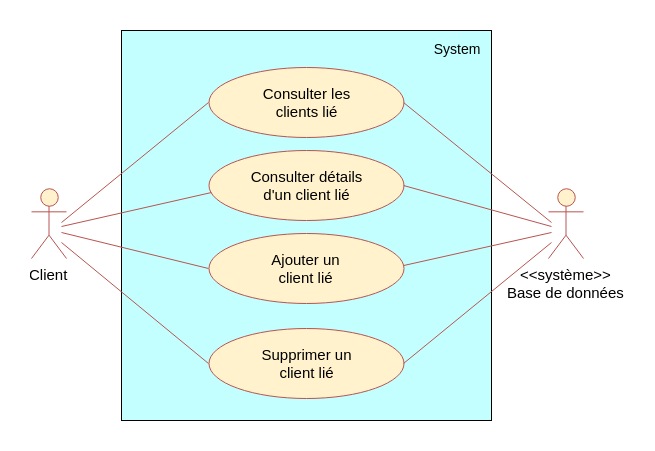
Above: api/Diagrammes/Gestion_clients.png in Thibok/Bilemo (draw.io), before the change. Source tidied: cells renumbered, new cells last; positions are measured from the earlier drawing's top-left corner, leaving out a move shared by most shapes. The source it was exported from:
```xml
<mxGraphModel background="#ffffff">
  <root>
    <mxCell id="0" />
    <mxCell id="1" parent="0" />
    <mxCell id="2" style="rounded=0;whiteSpace=wrap;html=1;fillColor=#C4FFFF;strokeColor=#000000;" parent="1" vertex="1">
      <mxGeometry x="90" width="370" height="390" as="geometry" />
    </mxCell>
    <mxCell id="3" value="&amp;lt;&amp;lt;système&amp;gt;&amp;gt;&lt;div style=&quot;font-size: 15px&quot;&gt;Base de données&lt;/div&gt;" style="shape=umlActor;verticalLabelPosition=bottom;labelBackgroundColor=#ffffff;verticalAlign=top;html=1;fillColor=#FFF2CC;strokeColor=#b85450;fontSize=15;" parent="1" vertex="1">
      <mxGeometry x="517" y="158" width="35" height="70" as="geometry" />
    </mxCell>
    <mxCell id="4" value="System" style="text;html=1;strokeColor=none;fillColor=none;align=center;verticalAlign=middle;whiteSpace=wrap;fontColor=#000000;fontSize=14;" parent="1" vertex="1">
      <mxGeometry x="400" y="8" width="51" height="20" as="geometry" />
    </mxCell>
    <mxCell id="5" value="Client" style="shape=umlActor;verticalLabelPosition=bottom;labelBackgroundColor=#ffffff;verticalAlign=top;html=1;fillColor=#FFF2CC;strokeColor=#b85450;fontSize=15;strokeWidth=1;perimeterSpacing=3;" parent="1" vertex="1">
      <mxGeometry y="158" width="35" height="70" as="geometry" />
    </mxCell>
    <mxCell id="6" style="endArrow=none;html=1;fontColor=#FFFFFF;entryX=0;entryY=0.5;fillColor=#f8cecc;strokeColor=#b85450;entryDx=0;entryDy=0;" parent="1" edge="1">
      <mxGeometry relative="1" as="geometry">
        <mxPoint x="30" y="202" as="sourcePoint" />
        <mxPoint x="177" y="238" as="targetPoint" />
      </mxGeometry>
    </mxCell>
    <mxCell id="7" style="endArrow=none;html=1;fontColor=#FFFFFF;fillColor=#f8cecc;strokeColor=#b85450;" parent="1" edge="1">
      <mxGeometry relative="1" as="geometry">
        <mxPoint x="358.8" y="238" as="sourcePoint" />
        <mxPoint x="520" y="202" as="targetPoint" />
      </mxGeometry>
    </mxCell>
    <mxCell id="8" value="Supprimer un&lt;br&gt;client lié&lt;br&gt;" style="ellipse;whiteSpace=wrap;html=1;strokeColor=#B85450;fillColor=#fff2cc;fontColor=#000000;fontSize=15;" parent="1" vertex="1">
      <mxGeometry x="177" y="298" width="195" height="70" as="geometry" />
    </mxCell>
    <mxCell id="9" style="endArrow=none;html=1;fontColor=#FFFFFF;fillColor=#f8cecc;strokeColor=#b85450;exitX=1;exitY=0.5;exitDx=0;exitDy=0;" parent="1" edge="1" source="8">
      <mxGeometry relative="1" as="geometry">
        <mxPoint x="520" y="212" as="targetPoint" />
      </mxGeometry>
    </mxCell>
    <mxCell id="10" style="endArrow=none;html=1;fontColor=#FFFFFF;entryX=0;entryY=0.5;fillColor=#f8cecc;strokeColor=#b85450;entryDx=0;entryDy=0;" parent="1" edge="1">
      <mxGeometry relative="1" as="geometry">
        <mxPoint x="30" y="212" as="sourcePoint" />
        <mxPoint x="177" y="333" as="targetPoint" />
      </mxGeometry>
    </mxCell>
    <mxCell id="11" value="Ajouter un&lt;br&gt;client lié&lt;br&gt;" style="ellipse;whiteSpace=wrap;html=1;strokeColor=#B85450;fillColor=#fff2cc;fontColor=#000000;fontSize=15;" parent="1" vertex="1">
      <mxGeometry x="177" y="203" width="195" height="70" as="geometry" />
    </mxCell>
    <mxCell id="12" value="Consulter détails&lt;br&gt;d'un client lié&lt;br&gt;" style="ellipse;whiteSpace=wrap;html=1;strokeColor=#B85450;fillColor=#fff2cc;fontColor=#000000;fontSize=15;" parent="1" vertex="1">
      <mxGeometry x="177" y="120" width="195" height="70" as="geometry" />
    </mxCell>
    <mxCell id="13" value="Consulter les&lt;br&gt;clients lié&lt;br&gt;" style="ellipse;whiteSpace=wrap;html=1;strokeColor=#B85450;fillColor=#fff2cc;fontColor=#000000;fontSize=15;" parent="1" vertex="1">
      <mxGeometry x="177" y="37" width="195" height="70" as="geometry" />
    </mxCell>
    <mxCell id="14" style="endArrow=none;html=1;fontColor=#FFFFFF;entryX=0.015;entryY=0.6;fillColor=#f8cecc;strokeColor=#b85450;entryDx=0;entryDy=0;entryPerimeter=0;" parent="1" edge="1">
      <mxGeometry relative="1" as="geometry">
        <mxPoint x="30" y="196" as="sourcePoint" />
        <mxPoint x="180" y="162" as="targetPoint" />
      </mxGeometry>
    </mxCell>
    <mxCell id="15" style="endArrow=none;html=1;fontColor=#FFFFFF;entryX=0;entryY=0.5;fillColor=#f8cecc;strokeColor=#b85450;entryDx=0;entryDy=0;" parent="1" edge="1" target="13">
      <mxGeometry relative="1" as="geometry">
        <mxPoint x="30" y="192" as="sourcePoint" />
      </mxGeometry>
    </mxCell>
    <mxCell id="16" style="endArrow=none;html=1;fontColor=#FFFFFF;fillColor=#f8cecc;strokeColor=#b85450;exitX=1;exitY=0.5;exitDx=0;exitDy=0;" parent="1" edge="1" source="12">
      <mxGeometry relative="1" as="geometry">
        <mxPoint x="520" y="196" as="targetPoint" />
      </mxGeometry>
    </mxCell>
    <mxCell id="17" style="endArrow=none;html=1;fontColor=#FFFFFF;fillColor=#f8cecc;strokeColor=#b85450;exitX=1;exitY=0.5;exitDx=0;exitDy=0;" parent="1" edge="1" source="13">
      <mxGeometry relative="1" as="geometry">
        <mxPoint x="520" y="192" as="targetPoint" />
      </mxGeometry>
    </mxCell>
  </root>
</mxGraphModel>
```
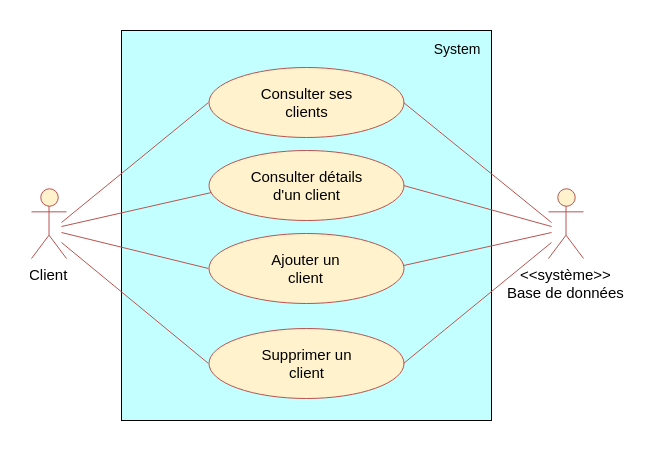
The same diagram one commit later.

Diff of the diagram source:
```diff
@@ -26,7 +26,7 @@
         <mxPoint x="520" y="202" as="targetPoint" />
       </mxGeometry>
     </mxCell>
-    <mxCell id="8" value="Supprimer un&lt;br&gt;client lié&lt;br&gt;" style="ellipse;whiteSpace=wrap;html=1;strokeColor=#B85450;fillColor=#fff2cc;fontColor=#000000;fontSize=15;" parent="1" vertex="1">
+    <mxCell id="8" value="Supprimer un&lt;br&gt;client&lt;br&gt;" style="ellipse;whiteSpace=wrap;html=1;strokeColor=#B85450;fillColor=#fff2cc;fontColor=#000000;fontSize=15;" parent="1" vertex="1">
       <mxGeometry x="177" y="298" width="195" height="70" as="geometry" />
     </mxCell>
     <mxCell id="9" style="endArrow=none;html=1;fontColor=#FFFFFF;fillColor=#f8cecc;strokeColor=#b85450;exitX=1;exitY=0.5;exitDx=0;exitDy=0;" parent="1" edge="1" source="8">
@@ -40,13 +40,13 @@
         <mxPoint x="177" y="333" as="targetPoint" />
       </mxGeometry>
     </mxCell>
-    <mxCell id="11" value="Ajouter un&lt;br&gt;client lié&lt;br&gt;" style="ellipse;whiteSpace=wrap;html=1;strokeColor=#B85450;fillColor=#fff2cc;fontColor=#000000;fontSize=15;" parent="1" vertex="1">
+    <mxCell id="11" value="Ajouter un&lt;br&gt;client&lt;br&gt;" style="ellipse;whiteSpace=wrap;html=1;strokeColor=#B85450;fillColor=#fff2cc;fontColor=#000000;fontSize=15;" parent="1" vertex="1">
       <mxGeometry x="177" y="203" width="195" height="70" as="geometry" />
     </mxCell>
-    <mxCell id="12" value="Consulter détails&lt;br&gt;d'un client lié&lt;br&gt;" style="ellipse;whiteSpace=wrap;html=1;strokeColor=#B85450;fillColor=#fff2cc;fontColor=#000000;fontSize=15;" parent="1" vertex="1">
+    <mxCell id="12" value="Consulter détails&lt;br&gt;d'un client&lt;br&gt;" style="ellipse;whiteSpace=wrap;html=1;strokeColor=#B85450;fillColor=#fff2cc;fontColor=#000000;fontSize=15;" parent="1" vertex="1">
       <mxGeometry x="177" y="120" width="195" height="70" as="geometry" />
     </mxCell>
-    <mxCell id="13" value="Consulter les&lt;br&gt;clients lié&lt;br&gt;" style="ellipse;whiteSpace=wrap;html=1;strokeColor=#B85450;fillColor=#fff2cc;fontColor=#000000;fontSize=15;" parent="1" vertex="1">
+    <mxCell id="13" value="Consulter ses&lt;br&gt;clients&lt;br&gt;" style="ellipse;whiteSpace=wrap;html=1;strokeColor=#B85450;fillColor=#fff2cc;fontColor=#000000;fontSize=15;" parent="1" vertex="1">
       <mxGeometry x="177" y="37" width="195" height="70" as="geometry" />
     </mxCell>
     <mxCell id="14" style="endArrow=none;html=1;fontColor=#FFFFFF;entryX=0.015;entryY=0.6;fillColor=#f8cecc;strokeColor=#b85450;entryDx=0;entryDy=0;entryPerimeter=0;" parent="1" edge="1">
```
